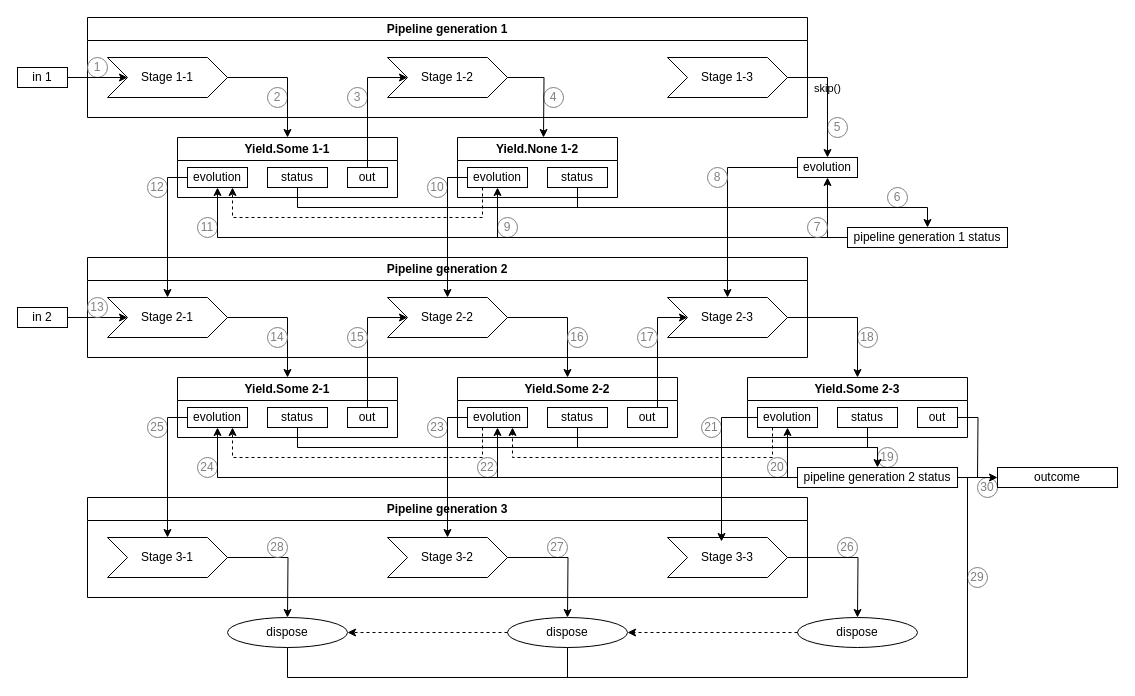
The draw.io diagram pages/src/MainFlow.drawio in h8io/stages, before the edit. Source tidied: cells renumbered, new cells numbered last; positions are measured from the earlier drawing's top-left corner, leaving out a move shared by most shapes. Both pictures are drawn from the tidied source at 100%, with x=0, y=0 at pixel (17, 17).
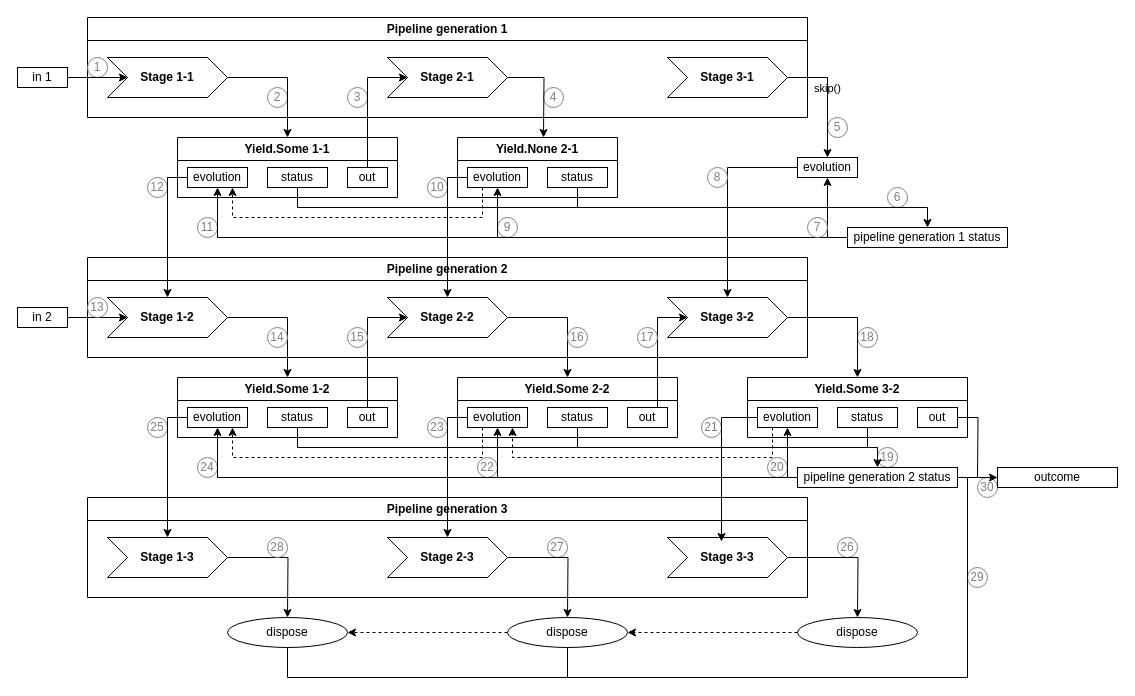
The same page after the edit.

Commit message (it also covers changes not shown here):
Diagram steps numeration

Unchanged cells that the change refers to:
```xml
<mxCell id="13" value="Pipeline generation 1" style="swimlane;whiteSpace=wrap;html=1;rounded=0;labelBackgroundColor=none;fontFamily=Helvetica;spacingTop=0;horizontal=1;fillColor=none;" parent="1" vertex="1">
  <mxGeometry x="70" width="720" height="100" as="geometry" />
</mxCell>
<mxCell id="100" value="Pipeline generation 2" style="swimlane;whiteSpace=wrap;html=1;rounded=0;labelBackgroundColor=none;fontFamily=Helvetica;spacingTop=0;horizontal=1;labelBorderColor=none;textShadow=0;fillColor=none;" parent="1" vertex="1">
  <mxGeometry x="70" y="240" width="720" height="100" as="geometry" />
</mxCell>
<mxCell id="109" value="Pipeline generation 3" style="swimlane;whiteSpace=wrap;html=1;rounded=0;labelBackgroundColor=none;fontFamily=Helvetica;spacingTop=0;horizontal=1;fillColor=none;" parent="1" vertex="1">
  <mxGeometry x="70" y="480" width="720" height="100" as="geometry" />
</mxCell>
```

What changed in the source:
```diff
@@
-    <mxCell id="14" value="Stage 1-1" style="shape=step;perimeter=stepPerimeter;whiteSpace=wrap;html=1;fixedSize=1;rounded=0;labelBackgroundColor=none;fontFamily=Helvetica;spacingTop=0;horizontal=1;fillColor=none;" parent="13" vertex="1">
+    <mxCell id="14" value="Stage 1-1" style="shape=step;perimeter=stepPerimeter;whiteSpace=wrap;html=1;fixedSize=1;rounded=0;labelBackgroundColor=none;fontFamily=Helvetica;spacingTop=0;horizontal=1;fillColor=none;fontStyle=1;" parent="13" vertex="1">
       <mxGeometry x="20" y="40" width="120" height="40" as="geometry" />
     </mxCell>
-    <mxCell id="15" value="Stage 1-2" style="shape=step;perimeter=stepPerimeter;whiteSpace=wrap;html=1;fixedSize=1;rounded=0;labelBackgroundColor=none;fontFamily=Helvetica;spacingTop=0;horizontal=1;fillColor=none;" parent="13" vertex="1">
+    <mxCell id="15" value="Stage 2-1" style="shape=step;perimeter=stepPerimeter;whiteSpace=wrap;html=1;fixedSize=1;rounded=0;labelBackgroundColor=none;fontFamily=Helvetica;spacingTop=0;horizontal=1;fillColor=none;fontStyle=1;" parent="13" vertex="1">
       <mxGeometry x="300" y="40" width="120" height="40" as="geometry" />
     </mxCell>
-    <mxCell id="16" value="Stage 1-3" style="shape=step;perimeter=stepPerimeter;whiteSpace=wrap;html=1;fixedSize=1;rounded=0;labelBackgroundColor=none;fontFamily=Helvetica;spacingTop=0;horizontal=1;fillColor=none;" parent="13" vertex="1">
+    <mxCell id="16" value="Stage 3-1" style="shape=step;perimeter=stepPerimeter;whiteSpace=wrap;html=1;fixedSize=1;rounded=0;labelBackgroundColor=none;fontFamily=Helvetica;spacingTop=0;horizontal=1;fillColor=none;fontStyle=1;" parent="13" vertex="1">
       <mxGeometry x="580" y="40" width="120" height="40" as="geometry" />
     </mxCell>
@@
-    <mxCell id="36" value="Yield.None 1-2" style="swimlane;whiteSpace=wrap;html=1;rounded=0;labelBackgroundColor=none;fontFamily=Helvetica;spacingTop=0;horizontal=1;fillColor=none;" parent="1" vertex="1">
+    <mxCell id="36" value="Yield.None 2-1" style="swimlane;whiteSpace=wrap;html=1;rounded=0;labelBackgroundColor=none;fontFamily=Helvetica;spacingTop=0;horizontal=1;fillColor=none;" parent="1" vertex="1">
       <mxGeometry x="440" y="120" width="160" height="60" as="geometry" />
     </mxCell>
@@
-    <mxCell id="47" value="Yield.Some 2-1" style="swimlane;whiteSpace=wrap;html=1;rounded=0;labelBackgroundColor=none;fontFamily=Helvetica;spacingTop=0;horizontal=1;fillColor=none;" parent="1" vertex="1">
+    <mxCell id="47" value="Yield.Some 1-2" style="swimlane;whiteSpace=wrap;html=1;rounded=0;labelBackgroundColor=none;fontFamily=Helvetica;spacingTop=0;horizontal=1;fillColor=none;" parent="1" vertex="1">
       <mxGeometry x="160" y="360" width="220" height="60" as="geometry" />
     </mxCell>
@@
-    <mxCell id="60" value="Yield.Some 2-3" style="swimlane;whiteSpace=wrap;html=1;rounded=0;labelBackgroundColor=none;fontFamily=Helvetica;spacingTop=0;horizontal=1;fillColor=none;" parent="1" vertex="1">
+    <mxCell id="60" value="Yield.Some 3-2" style="swimlane;whiteSpace=wrap;html=1;rounded=0;labelBackgroundColor=none;fontFamily=Helvetica;spacingTop=0;horizontal=1;fillColor=none;" parent="1" vertex="1">
       <mxGeometry x="730" y="360" width="220" height="60" as="geometry" />
     </mxCell>
@@
-    <mxCell id="101" value="Stage 2&lt;span style=&quot;color: light-dark(rgb(0, 0, 0), rgb(255, 255, 255));&quot;&gt;-1&lt;/span&gt;" style="shape=step;perimeter=stepPerimeter;whiteSpace=wrap;html=1;fixedSize=1;rounded=0;labelBackgroundColor=none;fontFamily=Helvetica;spacingTop=0;horizontal=1;fillColor=none;" parent="100" vertex="1">
+    <mxCell id="101" value="Stage 1&lt;span style=&quot;color: light-dark(rgb(0, 0, 0), rgb(255, 255, 255));&quot;&gt;-2&lt;/span&gt;" style="shape=step;perimeter=stepPerimeter;whiteSpace=wrap;html=1;fixedSize=1;rounded=0;labelBackgroundColor=none;fontFamily=Helvetica;spacingTop=0;horizontal=1;fillColor=none;fontStyle=1;" parent="100" vertex="1">
       <mxGeometry x="20" y="40" width="120" height="40" as="geometry" />
     </mxCell>
-    <mxCell id="102" value="Stage 2-2" style="shape=step;perimeter=stepPerimeter;whiteSpace=wrap;html=1;fixedSize=1;rounded=0;labelBackgroundColor=none;fontFamily=Helvetica;spacingTop=0;horizontal=1;fillColor=none;" parent="100" vertex="1">
+    <mxCell id="102" value="Stage 2-2" style="shape=step;perimeter=stepPerimeter;whiteSpace=wrap;html=1;fixedSize=1;rounded=0;labelBackgroundColor=none;fontFamily=Helvetica;spacingTop=0;horizontal=1;fillColor=none;fontStyle=1;" parent="100" vertex="1">
       <mxGeometry x="300" y="40" width="120" height="40" as="geometry" />
     </mxCell>
-    <mxCell id="103" value="Stage 2-3" style="shape=step;perimeter=stepPerimeter;whiteSpace=wrap;html=1;fixedSize=1;rounded=0;labelBackgroundColor=none;fontFamily=Helvetica;spacingTop=0;horizontal=1;fillColor=none;" parent="100" vertex="1">
+    <mxCell id="103" value="Stage 3-2" style="shape=step;perimeter=stepPerimeter;whiteSpace=wrap;html=1;fixedSize=1;rounded=0;labelBackgroundColor=none;fontFamily=Helvetica;spacingTop=0;horizontal=1;fillColor=none;fontStyle=1;" parent="100" vertex="1">
       <mxGeometry x="580" y="40" width="120" height="40" as="geometry" />
     </mxCell>
@@
-    <mxCell id="111" value="Stage 3-1" style="shape=step;perimeter=stepPerimeter;whiteSpace=wrap;html=1;fixedSize=1;rounded=0;labelBackgroundColor=none;fontFamily=Helvetica;spacingTop=0;horizontal=1;fillColor=none;" parent="109" vertex="1">
+    <mxCell id="111" value="Stage 1-3" style="shape=step;perimeter=stepPerimeter;whiteSpace=wrap;html=1;fixedSize=1;rounded=0;labelBackgroundColor=none;fontFamily=Helvetica;spacingTop=0;horizontal=1;fillColor=none;fontStyle=1;" parent="109" vertex="1">
       <mxGeometry x="20" y="40" width="120" height="40" as="geometry" />
     </mxCell>
-    <mxCell id="112" value="Stage 3-2" style="shape=step;perimeter=stepPerimeter;whiteSpace=wrap;html=1;fixedSize=1;rounded=0;labelBackgroundColor=none;fontFamily=Helvetica;spacingTop=0;horizontal=1;fillColor=none;" parent="109" vertex="1">
+    <mxCell id="112" value="Stage 2-3" style="shape=step;perimeter=stepPerimeter;whiteSpace=wrap;html=1;fixedSize=1;rounded=0;labelBackgroundColor=none;fontFamily=Helvetica;spacingTop=0;horizontal=1;fillColor=none;fontStyle=1;" parent="109" vertex="1">
       <mxGeometry x="300" y="40" width="120" height="40" as="geometry" />
     </mxCell>
-    <mxCell id="113" value="Stage 3-3" style="shape=step;perimeter=stepPerimeter;whiteSpace=wrap;html=1;fixedSize=1;rounded=0;labelBackgroundColor=none;fontFamily=Helvetica;spacingTop=0;horizontal=1;fillColor=none;" parent="109" vertex="1">
+    <mxCell id="113" value="Stage 3-3" style="shape=step;perimeter=stepPerimeter;whiteSpace=wrap;html=1;fixedSize=1;rounded=0;labelBackgroundColor=none;fontFamily=Helvetica;spacingTop=0;horizontal=1;fillColor=none;fontStyle=1;" parent="109" vertex="1">
       <mxGeometry x="580" y="40" width="120" height="40" as="geometry" />
     </mxCell>
```
